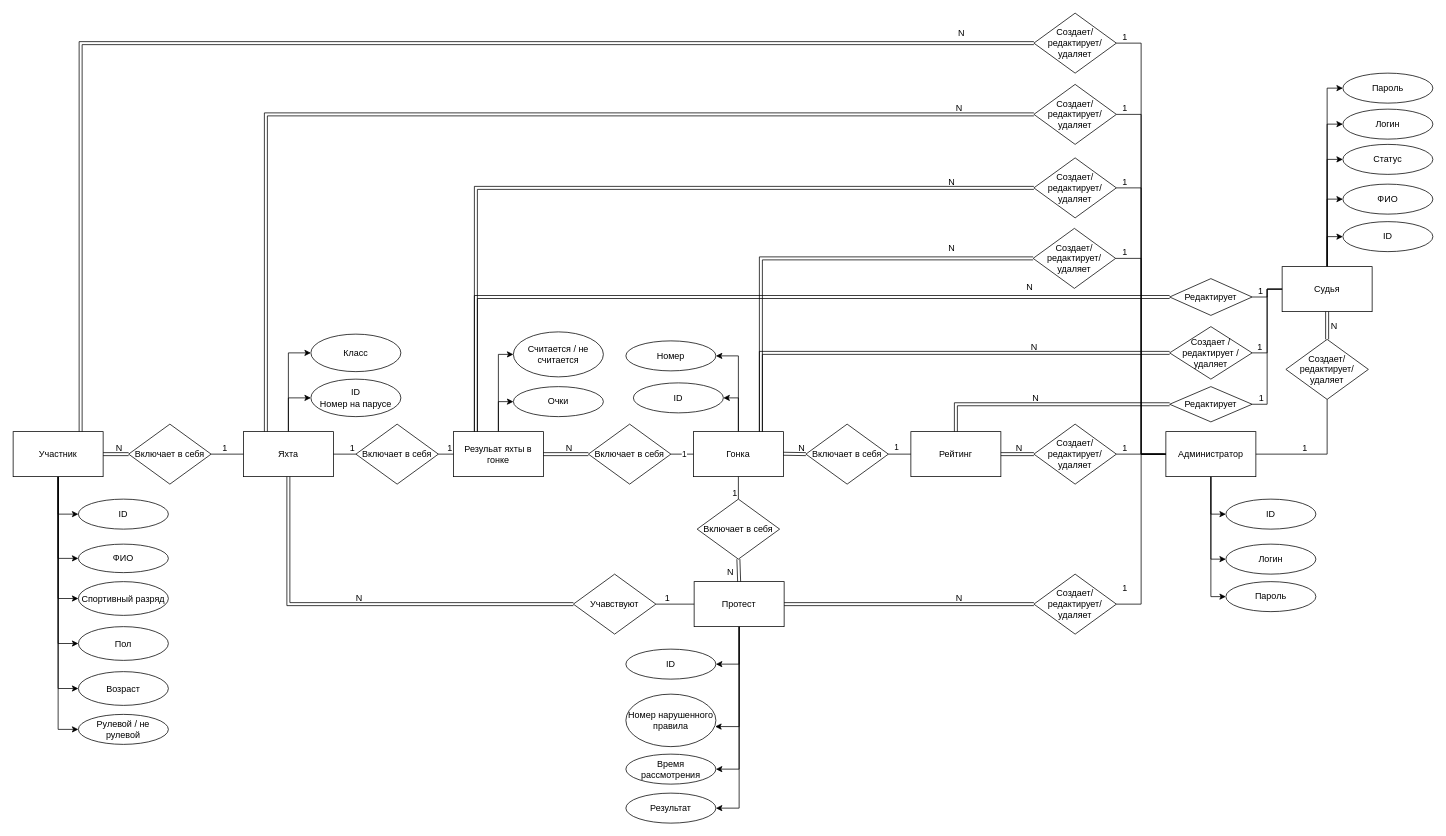
The draw.io diagram page "ER" (2 of 3) of schemes/Диаграммки.drawio in lalala-0/PPO_BMSTU, before the edit. Source tidied: cells renumbered, new cells numbered last; positions are measured from the earlier drawing's top-left corner, leaving out a move shared by most shapes. Both pictures are drawn from the tidied source at 75%, with x=0, y=0 at pixel (13, 13).
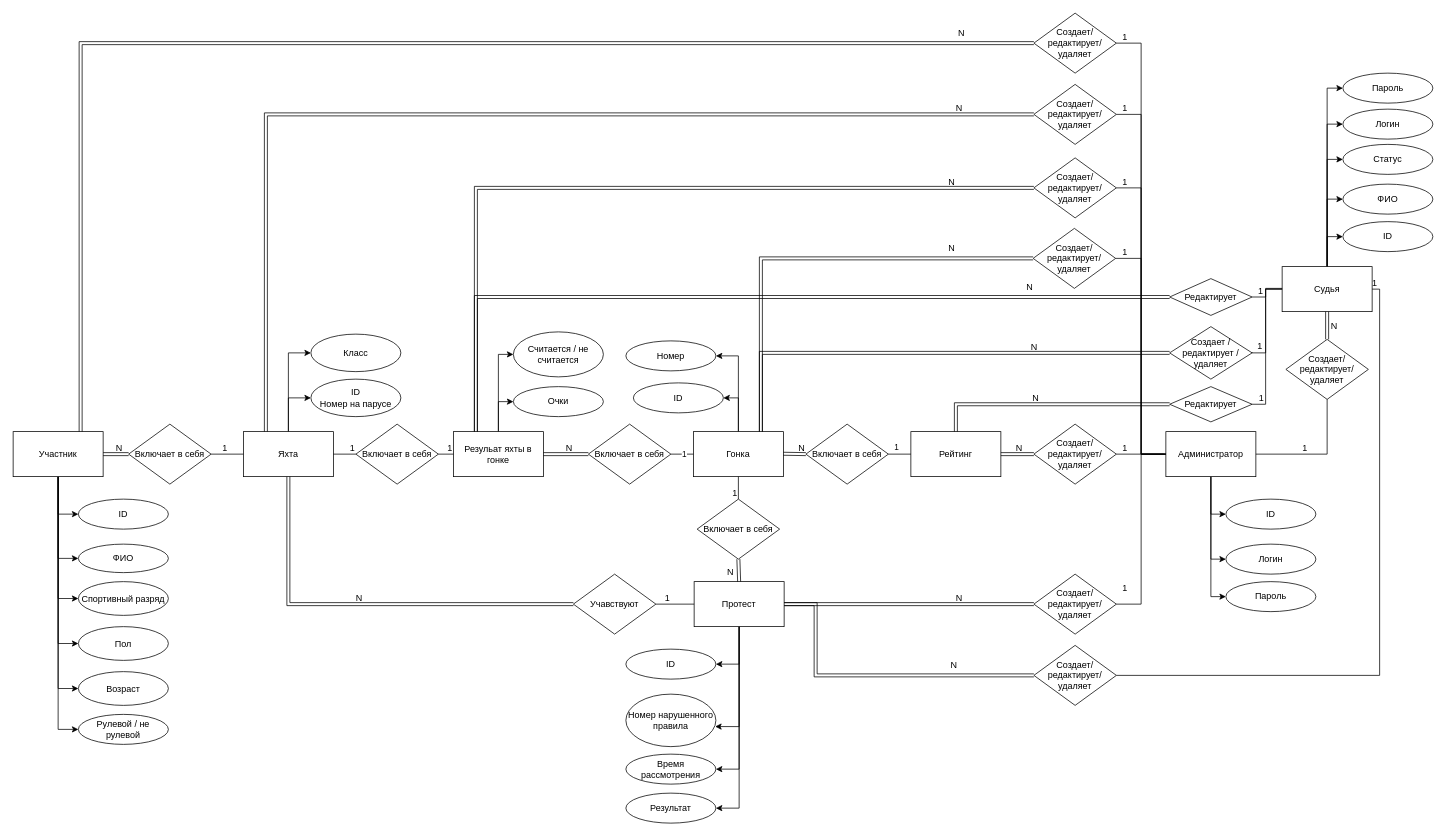
The same page after the edit.

The change refers to these unchanged cells:
```xml
<mxCell id="11" value="Судья" style="rounded=0;whiteSpace=wrap;html=1;" parent="1" vertex="1">
  <mxGeometry x="1692" y="338" width="120" height="60" as="geometry" />
</mxCell>
<mxCell id="19" value="Протест" style="rounded=0;whiteSpace=wrap;html=1;" parent="1" vertex="1">
  <mxGeometry x="908" y="758" width="120" height="60" as="geometry" />
</mxCell>
<mxCell id="109" value="Редактирует" style="rhombus;whiteSpace=wrap;html=1;" parent="1" vertex="1">
  <mxGeometry x="1542" y="354" width="110" height="49" as="geometry" />
</mxCell>
<mxCell id="110" value="Редактирует" style="rhombus;whiteSpace=wrap;html=1;" parent="1" vertex="1">
  <mxGeometry x="1542" y="498" width="110" height="47" as="geometry" />
</mxCell>
<mxCell id="128" value="Создает / редактирует / удаляет" style="rhombus;whiteSpace=wrap;html=1;" parent="1" vertex="1">
  <mxGeometry x="1542" y="418" width="110" height="70" as="geometry" />
</mxCell>
```

What changed in the source:
```diff
@@
     <mxCell id="115" style="endArrow=none;html=1;rounded=0;entryX=0;entryY=0.5;entryDx=0;entryDy=0;exitX=1;exitY=0.5;exitDx=0;exitDy=0;edgeStyle=orthogonalEdgeStyle;" parent="1" edge="1" source="109" target="11">
-      <mxGeometry relative="1" as="geometry" />
+      <mxGeometry relative="1" as="geometry">
+        <Array as="points">
+          <mxPoint x="1670" y="378" />
+          <mxPoint x="1670" y="368" />
+        </Array>
+      </mxGeometry>
     </mxCell>
@@
     <mxCell id="117" style="endArrow=none;html=1;rounded=0;entryX=0;entryY=0.5;entryDx=0;entryDy=0;exitX=1;exitY=0.5;exitDx=0;exitDy=0;edgeStyle=orthogonalEdgeStyle;" parent="1" edge="1" source="110" target="11">
-      <mxGeometry relative="1" as="geometry" />
+      <mxGeometry relative="1" as="geometry">
+        <Array as="points">
+          <mxPoint x="1670" y="521" />
+          <mxPoint x="1670" y="368" />
+        </Array>
+      </mxGeometry>
     </mxCell>
@@
-    <mxCell id="133" style="endArrow=none;html=1;rounded=0;entryX=0;entryY=0.5;entryDx=0;entryDy=0;exitX=1;exitY=0.5;exitDx=0;exitDy=0;edgeStyle=orthogonalEdgeStyle;" parent="1" edge="1" source="128" target="11">
-      <mxGeometry relative="1" as="geometry" />
+    <mxCell id="133" style="endArrow=none;html=1;rounded=0;entryX=0;entryY=0.5;entryDx=0;entryDy=0;exitX=1;exitY=0.5;exitDx=0;exitDy=0;edgeStyle=orthogonalEdgeStyle;" parent="1" edge="1">
+      <mxGeometry relative="1" as="geometry">
+        <mxPoint x="1652" y="452" as="sourcePoint" />
+        <mxPoint x="1692" y="367" as="targetPoint" />
+        <Array as="points">
+          <mxPoint x="1652" y="453" />
+          <mxPoint x="1670" y="453" />
+          <mxPoint x="1670" y="367" />
+        </Array>
+      </mxGeometry>
     </mxCell>
@@
+    <mxCell id="139" style="endArrow=none;html=1;rounded=0;entryX=1;entryY=0.5;entryDx=0;entryDy=0;edgeStyle=orthogonalEdgeStyle;exitX=1;exitY=0.5;exitDx=0;exitDy=0;" parent="1" edge="1" source="141" target="11">
+      <mxGeometry relative="1" as="geometry" />
+    </mxCell>
+    <mxCell id="140" value="1" style="html=1;whiteSpace=wrap;align=right;verticalAlign=bottom;" parent="139" vertex="1">
+      <mxGeometry x="1" relative="1" as="geometry">
+        <mxPoint x="8" as="offset" />
+      </mxGeometry>
+    </mxCell>
+    <mxCell id="141" value="Создает/редактирует/удаляет" style="rhombus;whiteSpace=wrap;html=1;" parent="1" vertex="1">
+      <mxGeometry x="1361" y="843" width="110" height="80" as="geometry" />
+    </mxCell>
+    <mxCell id="142" style="shape=link;html=1;rounded=0;entryX=0;entryY=0.5;entryDx=0;entryDy=0;exitX=1;exitY=0.5;exitDx=0;exitDy=0;edgeStyle=orthogonalEdgeStyle;" parent="1" edge="1" source="19" target="141">
+      <mxGeometry relative="1" as="geometry">
+        <Array as="points">
+          <mxPoint x="1070" y="788" />
+          <mxPoint x="1070" y="883" />
+        </Array>
+      </mxGeometry>
+    </mxCell>
+    <mxCell id="143" value="N" style="html=1;whiteSpace=wrap;align=right;verticalAlign=bottom;" parent="142" vertex="1">
+      <mxGeometry x="1" relative="1" as="geometry">
+        <mxPoint x="-101" y="-5" as="offset" />
+      </mxGeometry>
+    </mxCell>
```
